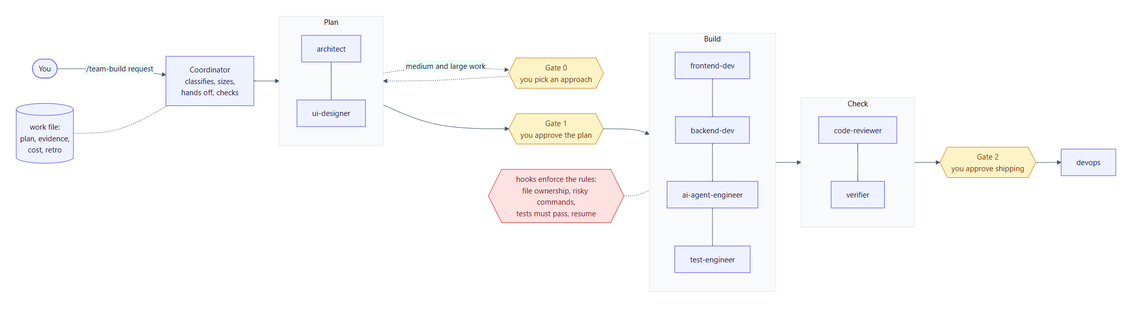
Above: docs/images/overview.png in suryas91/claude-skills (Mermaid), before the change. Its source is kept beside it as docs/images/src/overview.mmd. The source it was exported from:
```mermaid
flowchart LR
    U([You]) -->|/team-build request| C[Coordinator<br/>classifies, sizes,<br/>hands off, checks]
    C --> PLAN
    subgraph PLAN [Plan]
        A[architect] --- D[ui-designer]
    end
    PLAN -. medium and large work .-> G0{{Gate 0<br/>you pick an approach}}
    G0 -.-> PLAN
    PLAN --> G1{{Gate 1<br/>you approve the plan}}
    G1 --> BUILD
    subgraph BUILD [Build]
        F[frontend-dev] --- B[backend-dev] --- AI[ai-agent-engineer] --- T[test-engineer]
    end
    BUILD --> CHECK
    subgraph CHECK [Check]
        R[code-reviewer] --- V[verifier]
    end
    CHECK --> G2{{Gate 2<br/>you approve shipping}}
    G2 --> O[devops]
    W[(work file:<br/>plan, evidence,<br/>cost, retro)] -.- C
    H{{hooks enforce the rules:<br/>file ownership, risky commands,<br/>tests must pass, resume}} -.- BUILD
    classDef gate fill:#fef3c7,stroke:#d97706,color:#78350f
    classDef guard fill:#fee2e2,stroke:#dc2626,color:#7f1d1d
    class G0,G1,G2 gate
    class H guard
```
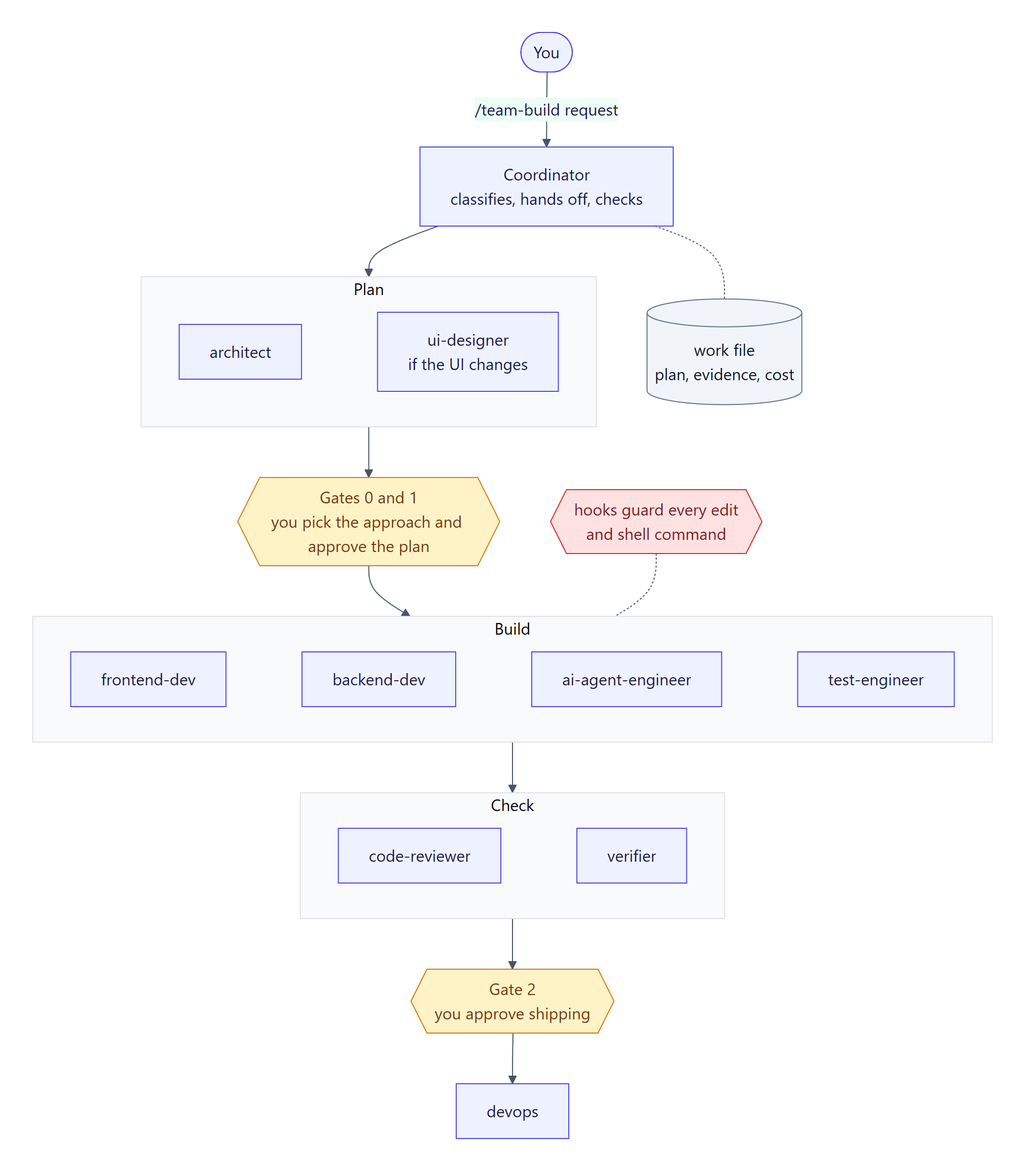
After the change.

The edit, as a diff of the source:
```diff
@@ -1,25 +1,28 @@
-flowchart LR
-    U([You]) -->|/team-build request| C[Coordinator<br/>classifies, sizes,<br/>hands off, checks]
+flowchart TB
+    U([You]) -->|/team-build request| C[Coordinator<br/>classifies, hands off, checks]
+    C -.- W[(work file<br/>plan, evidence, cost)]
     C --> PLAN
     subgraph PLAN [Plan]
-        A[architect] --- D[ui-designer]
+        direction LR
+        A[architect] ~~~ D[ui-designer<br/>if the UI changes]
     end
-    PLAN -. medium and large work .-> G0{{Gate 0<br/>you pick an approach}}
-    G0 -.-> PLAN
-    PLAN --> G1{{Gate 1<br/>you approve the plan}}
+    PLAN --> G1{{Gates 0 and 1<br/>you pick the approach and approve the plan}}
     G1 --> BUILD
     subgraph BUILD [Build]
-        F[frontend-dev] --- B[backend-dev] --- AI[ai-agent-engineer] --- T[test-engineer]
+        direction LR
+        F[frontend-dev] ~~~ B[backend-dev] ~~~ AI[ai-agent-engineer] ~~~ T[test-engineer]
     end
+    H{{hooks guard every edit<br/>and shell command}} -.- BUILD
     BUILD --> CHECK
     subgraph CHECK [Check]
-        R[code-reviewer] --- V[verifier]
+        direction LR
+        R[code-reviewer] ~~~ V[verifier]
     end
     CHECK --> G2{{Gate 2<br/>you approve shipping}}
     G2 --> O[devops]
-    W[(work file:<br/>plan, evidence,<br/>cost, retro)] -.- C
-    H{{hooks enforce the rules:<br/>file ownership, risky commands,<br/>tests must pass, resume}} -.- BUILD
     classDef gate fill:#fef3c7,stroke:#d97706,color:#78350f
     classDef guard fill:#fee2e2,stroke:#dc2626,color:#7f1d1d
-    class G0,G1,G2 gate
+    classDef store fill:#f1f5f9,stroke:#64748b,color:#0f172a
+    class G1,G2 gate
     class H guard
+    class W store
```
